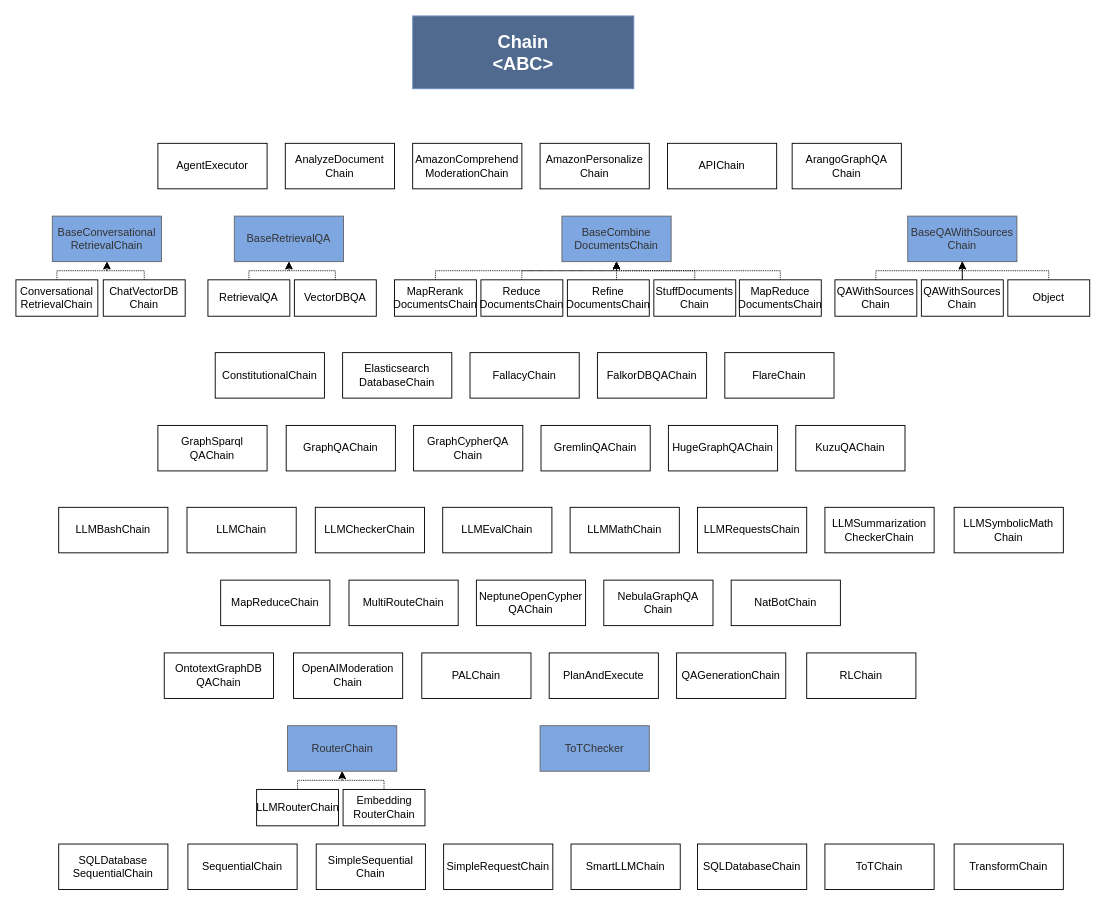
Earlier version of the draw.io diagram page "chains" (1 of 4) of LangChain_Notes.drawio (ooooona/toolkits). Source tidied: cells renumbered, new cells numbered last; positions are measured from the earlier drawing's top-left corner, leaving out a move shared by most shapes. Both pictures are drawn from the tidied source at 91%, with x=0, y=0 at pixel (15, 15).
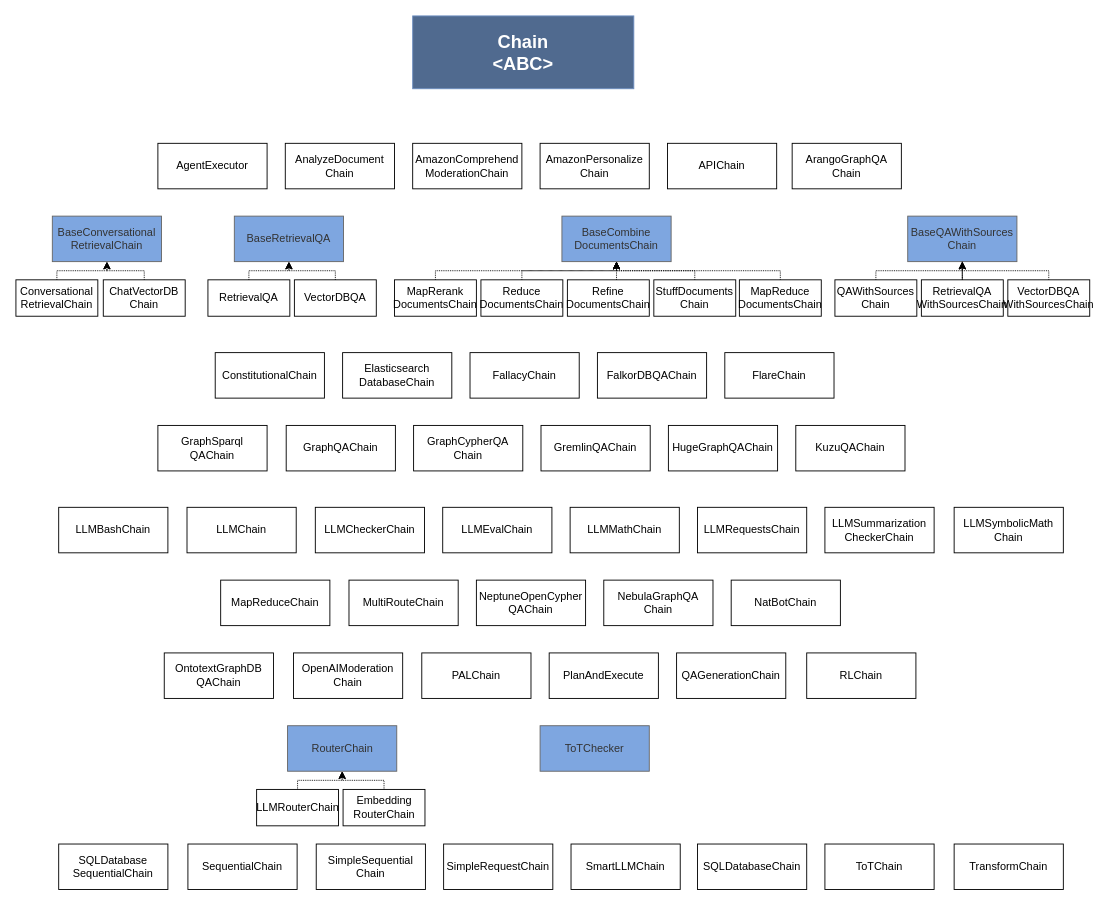
After the change.

What changed in the source:
```diff
@@
-    <mxCell id="20" value="QAWithSources&lt;div&gt;Chain&lt;/div&gt;" style="html=1;whiteSpace=wrap;" parent="1" vertex="1">
+    <mxCell id="20" value="RetrievalQA&lt;div&gt;WithSourcesChain&lt;br&gt;&lt;/div&gt;" style="html=1;whiteSpace=wrap;" parent="1" vertex="1">
       <mxGeometry x="995" y="290" width="90" height="40" as="geometry" />
     </mxCell>
@@
-    <mxCell id="22" value="Object" style="html=1;whiteSpace=wrap;" parent="1" vertex="1">
+    <mxCell id="22" value="VectorDBQA&lt;div&gt;WithSourcesChain&lt;/div&gt;" style="html=1;whiteSpace=wrap;" parent="1" vertex="1">
       <mxGeometry x="1090" y="290" width="90" height="40" as="geometry" />
     </mxCell>
```
